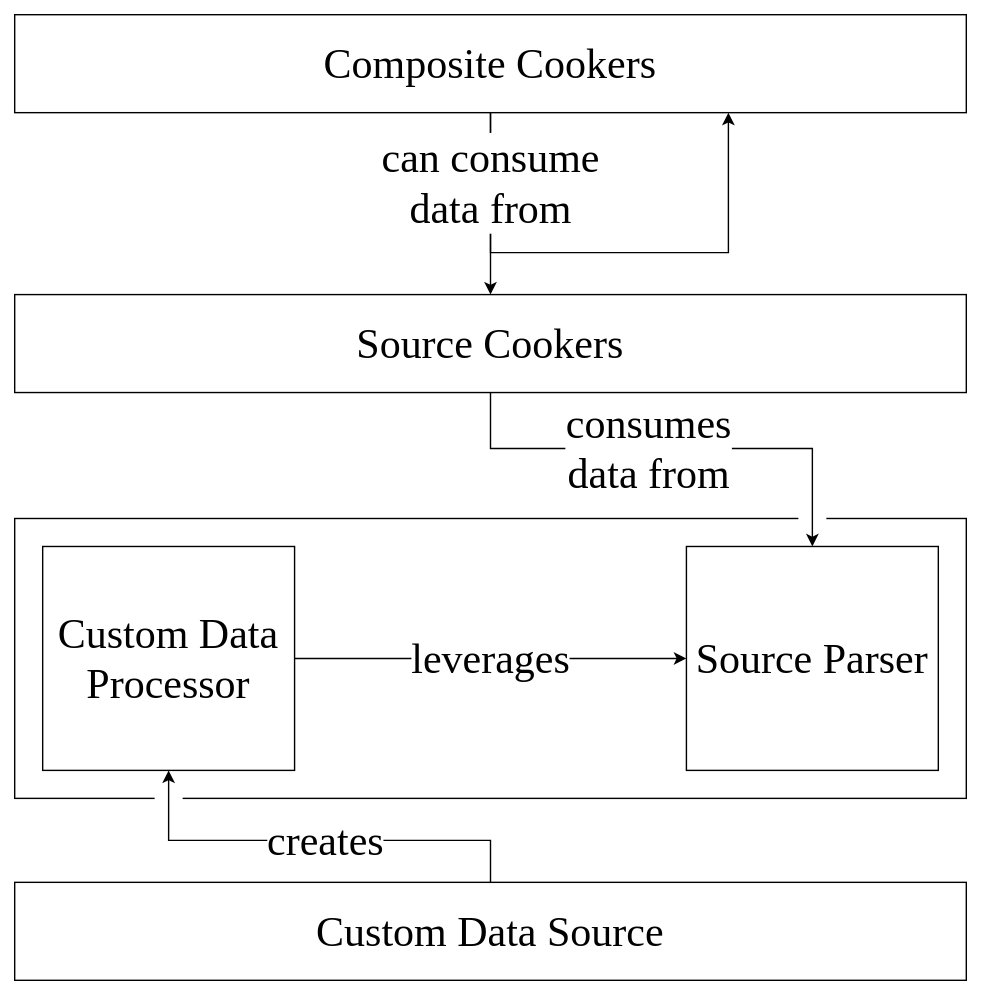
Before: documentation/Using-the-SDK/.attachments/dpp.svg, a diagram exported from draw.io (microsoft/microsoft-performance-toolkit-sdk). Source tidied: cells renumbered, new cells last; positions are measured from the earlier drawing's top-left corner, leaving out a move shared by most shapes.
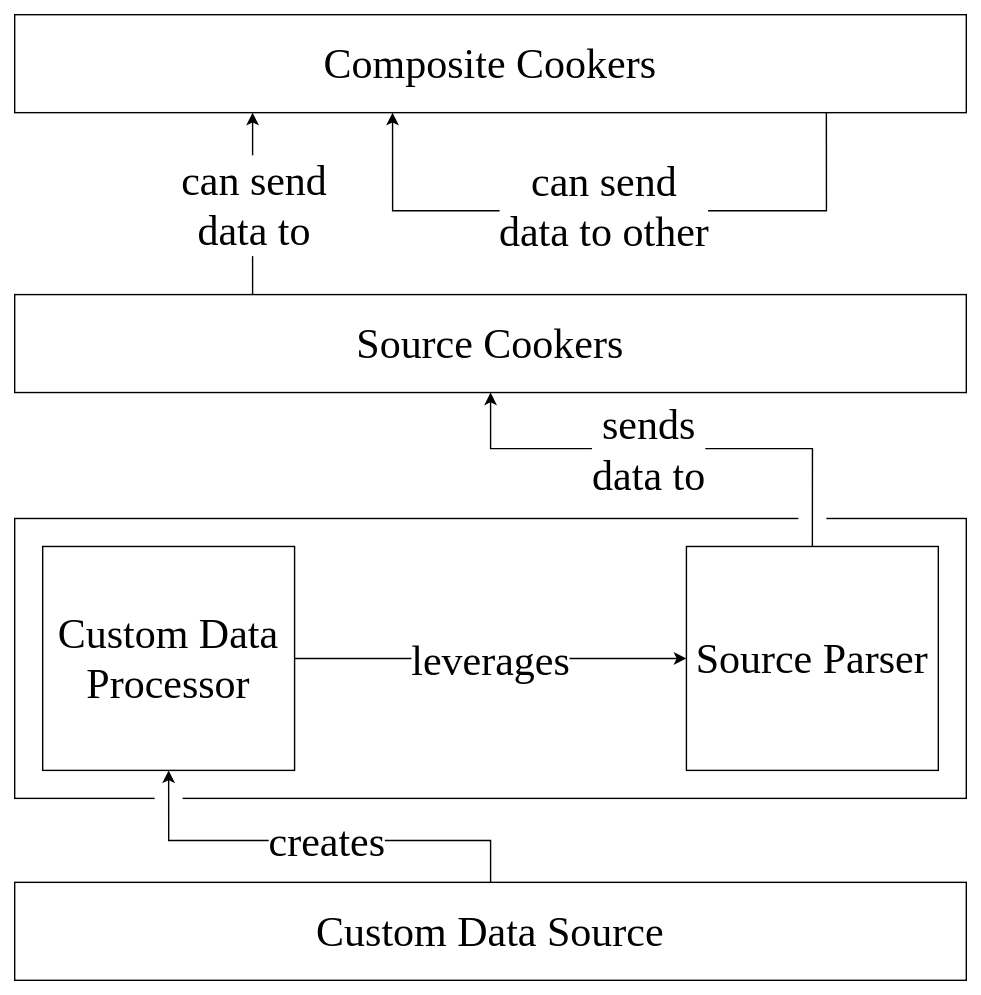
After the change.

The edit, as a diff of the source:
```diff
@@ -28,23 +28,26 @@
     <mxCell id="9" value="&lt;font style=&quot;font-size: 30px&quot;&gt;Source Cookers&lt;/font&gt;" style="rounded=0;whiteSpace=wrap;html=1;fontFamily=Lucida Console;fontSize=26;" parent="1" vertex="1">
       <mxGeometry x="10" y="210" width="680" height="70" as="geometry" />
     </mxCell>
-    <mxCell id="10" style="edgeStyle=orthogonalEdgeStyle;rounded=0;jettySize=auto;html=1;entryX=0.5;entryY=0;entryDx=0;entryDy=0;fontFamily=Lucida Console;fontSize=30;" parent="1" edge="1" source="11" target="9">
+    <mxCell id="10" style="edgeStyle=orthogonalEdgeStyle;rounded=0;jettySize=auto;html=1;entryX=0.25;entryY=0;entryDx=0;entryDy=0;fontFamily=Lucida Console;fontSize=30;startArrow=classic;startFill=1;endArrow=none;endFill=0;exitX=0.25;exitY=1;exitDx=0;exitDy=0;" parent="1" edge="1" source="11" target="9">
       <mxGeometry relative="1" as="geometry" />
     </mxCell>
     <mxCell id="11" value="&lt;font style=&quot;font-size: 30px&quot;&gt;Composite Cookers&lt;/font&gt;" style="rounded=0;whiteSpace=wrap;html=1;fontFamily=Lucida Console;fontSize=26;" parent="1" vertex="1">
       <mxGeometry x="10" y="10" width="680" height="70" as="geometry" />
     </mxCell>
-    <mxCell id="12" style="edgeStyle=orthogonalEdgeStyle;rounded=0;orthogonalLoop=1;jettySize=auto;html=1;entryX=0.75;entryY=1;entryDx=0;entryDy=0;fontFamily=Lucida Console;fontSize=30;" parent="1" edge="1" source="11" target="11">
+    <mxCell id="12" style="edgeStyle=orthogonalEdgeStyle;rounded=0;orthogonalLoop=1;jettySize=auto;html=1;fontFamily=Lucida Console;fontSize=30;startArrow=classic;startFill=1;endArrow=none;endFill=0;" parent="1" edge="1">
       <mxGeometry relative="1" as="geometry">
+        <mxPoint x="280" y="80" as="sourcePoint" />
+        <mxPoint x="590" y="80" as="targetPoint" />
         <Array as="points">
-          <mxPoint x="350" y="180" />
-          <mxPoint x="520" y="180" />
+          <mxPoint x="280" y="80" />
+          <mxPoint x="280" y="150" />
+          <mxPoint x="590" y="150" />
         </Array>
       </mxGeometry>
     </mxCell>
-    <mxCell id="13" value="can consume&lt;br&gt;data from" style="edgeLabel;html=1;align=center;verticalAlign=middle;fontSize=30;fontFamily=Lucida Console;" parent="12" vertex="1">
+    <mxCell id="13" value="can send&lt;br&gt;data to" style="edgeLabel;html=1;align=center;verticalAlign=middle;fontSize=30;fontFamily=Lucida Console;" parent="12" vertex="1">
       <mxGeometry x="-0.82" y="-1" relative="1" as="geometry">
-        <mxPoint x="1" y="16.7" as="offset" />
+        <mxPoint x="-99" y="25.2" as="offset" />
       </mxGeometry>
     </mxCell>
     <mxCell id="14" style="rounded=0;whiteSpace=wrap;html=1;fontFamily=Lucida Console;fontSize=30;strokeColor=none;" parent="1" vertex="1">
@@ -66,7 +69,7 @@
     <mxCell id="17" style="rounded=0;whiteSpace=wrap;html=1;fontFamily=Lucida Console;fontSize=30;strokeColor=none;" parent="1" vertex="1">
       <mxGeometry x="570" y="354" width="20" height="20" as="geometry" />
     </mxCell>
-    <mxCell id="18" style="edgeStyle=orthogonalEdgeStyle;rounded=0;jettySize=auto;html=1;entryX=0.5;entryY=0;entryDx=0;entryDy=0;fontFamily=Lucida Console;fontSize=30;" parent="1" edge="1" source="9" target="8">
+    <mxCell id="18" style="edgeStyle=orthogonalEdgeStyle;rounded=0;jettySize=auto;html=1;entryX=0.5;entryY=0;entryDx=0;entryDy=0;fontFamily=Lucida Console;fontSize=30;startArrow=classic;startFill=1;endArrow=none;endFill=0;" parent="1" edge="1" source="9" target="8">
       <mxGeometry relative="1" as="geometry">
         <Array as="points">
           <mxPoint x="350" y="320" />
@@ -74,10 +77,13 @@
         </Array>
       </mxGeometry>
     </mxCell>
-    <mxCell id="19" value="consumes&lt;br&gt;data from" style="edgeLabel;html=1;align=center;verticalAlign=middle;fontSize=30;fontFamily=Lucida Console;" parent="18" vertex="1">
+    <mxCell id="19" value="sends&lt;br&gt;data to" style="edgeLabel;html=1;align=center;verticalAlign=middle;fontSize=30;fontFamily=Lucida Console;" parent="18" vertex="1">
       <mxGeometry x="-0.27" y="1" relative="1" as="geometry">
         <mxPoint x="28" y="1" as="offset" />
       </mxGeometry>
     </mxCell>
+    <mxCell id="20" value="can send&lt;br&gt;data to other" style="edgeLabel;html=1;align=center;verticalAlign=middle;fontSize=30;fontFamily=Lucida Console;" parent="1" vertex="1">
+      <mxGeometry x="430" y="146" as="geometry" />
+    </mxCell>
   </root>
 </mxGraphModel>
```
